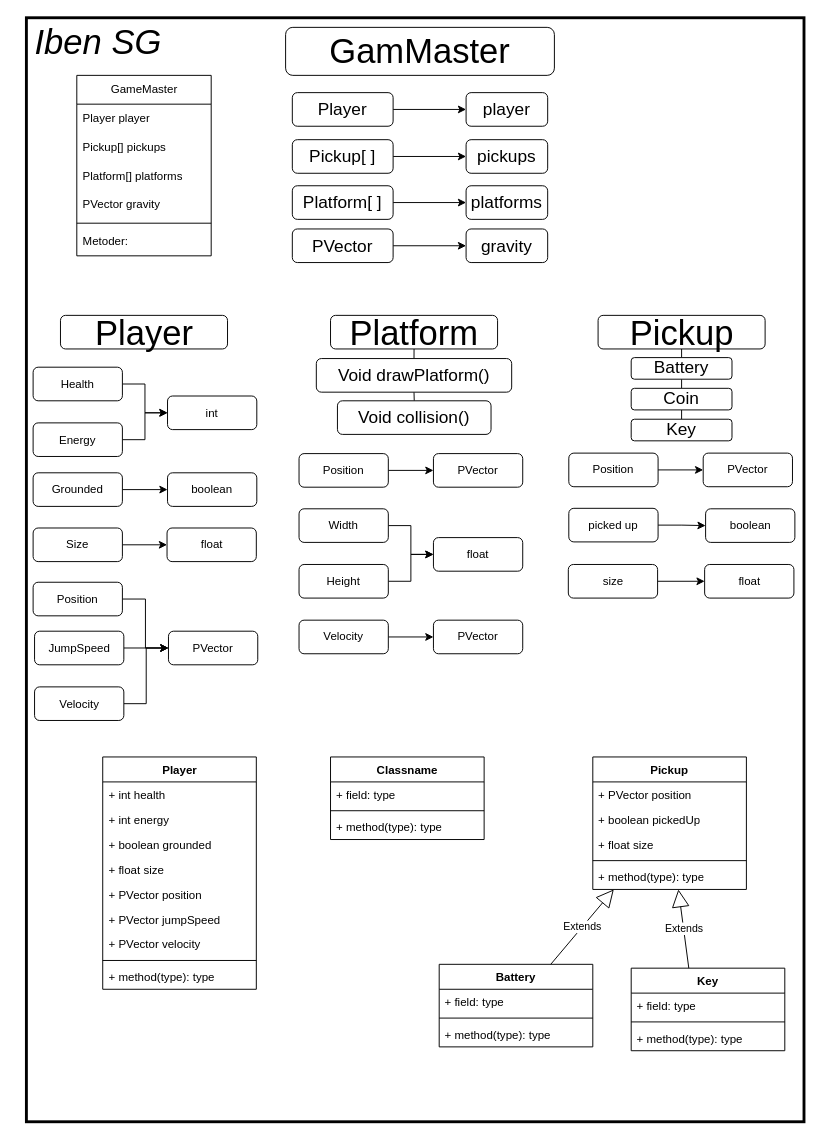
Above: Klasse diagram.drawio in Lasse-HTX/spil (draw.io), before the change. Source tidied: cells renumbered, new cells numbered last; positions are measured from the earlier drawing's top-left corner, leaving out a move shared by most shapes. Both pictures are drawn from the tidied source at 96%, with x=0, y=0 at pixel (16, 17).
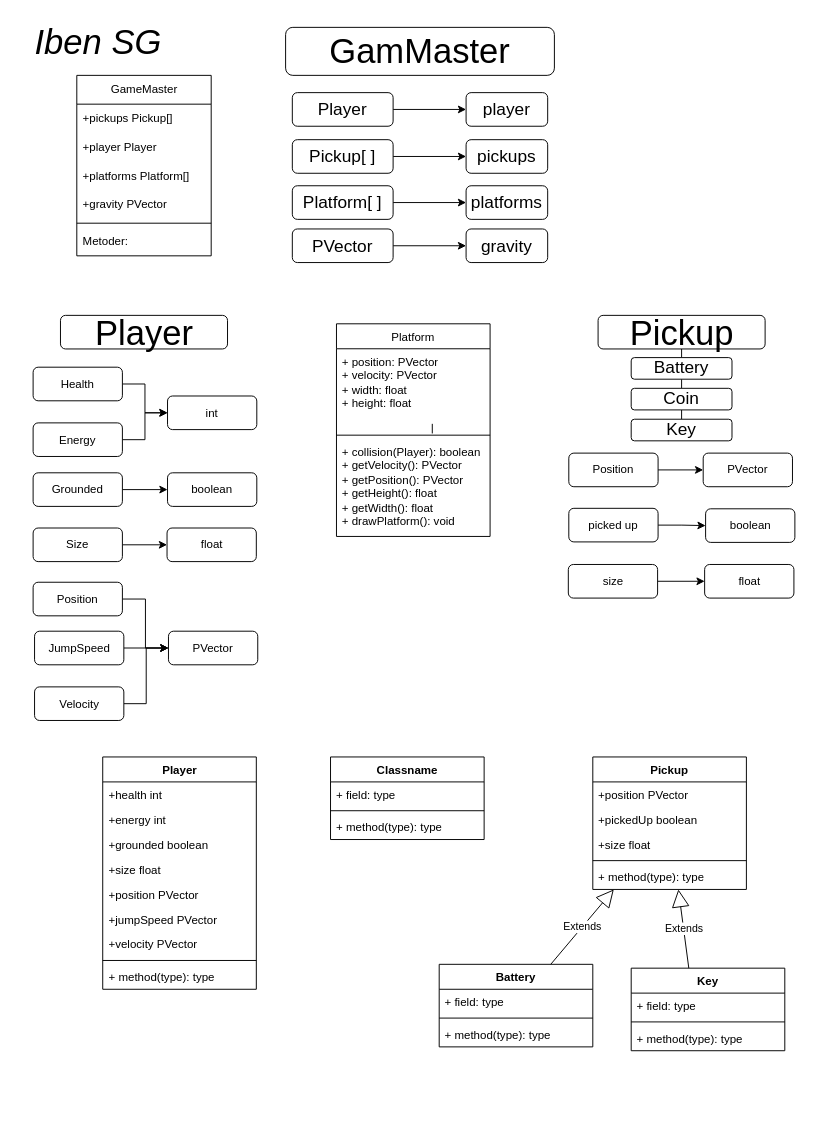
The same diagram, later.

Unchanged cells that the change refers to:
```xml
<mxCell id="69" value="GameMaster" style="swimlane;fontStyle=0;horizontal=1;startSize=30;whiteSpace=wrap;html=1;" parent="1" vertex="1">
  <mxGeometry x="62.5" y="60" width="140" height="188" as="geometry" />
</mxCell>
<mxCell id="76" value="Player" style="swimlane;fontStyle=1;align=center;verticalAlign=top;horizontal=1;startSize=26;whiteSpace=wrap;html=1;" parent="1" vertex="1">
  <mxGeometry x="89.5" y="770" width="160" height="242" as="geometry" />
</mxCell>
<mxCell id="90" value="Pickup" style="swimlane;fontStyle=1;align=center;verticalAlign=top;horizontal=1;startSize=26;whiteSpace=wrap;html=1;" parent="1" vertex="1">
  <mxGeometry x="600" y="770" width="160" height="138" as="geometry" />
</mxCell>
```

The edit, as a diff of the source:
```diff
@@
-    <mxCell id="3" style="edgeStyle=orthogonalEdgeStyle;rounded=0;jettySize=auto;html=1;exitX=0.5;exitY=1;exitDx=0;exitDy=0;entryX=0.5;entryY=0;entryDx=0;entryDy=0;endArrow=none;endFill=0;" parent="1" edge="1" source="4" target="20">
-      <mxGeometry relative="1" as="geometry" />
-    </mxCell>
-    <mxCell id="4" value="&lt;font style=&quot;font-size: 36px;&quot;&gt;Platform&lt;/font&gt;" style="rounded=1;whiteSpace=wrap;html=1;" parent="1" vertex="1">
-      <mxGeometry x="326.8" y="310" width="174" height="35" as="geometry" />
-    </mxCell>
@@
-    <mxCell id="8" style="edgeStyle=orthogonalEdgeStyle;rounded=0;jettySize=auto;html=1;endArrow=classic;endFill=1;" parent="1" edge="1" source="9" target="10">
-      <mxGeometry relative="1" as="geometry" />
-    </mxCell>
-    <mxCell id="9" value="Position" style="whiteSpace=wrap;html=1;rounded=1;" parent="1" vertex="1">
-      <mxGeometry x="294" y="454" width="93" height="35" as="geometry" />
-    </mxCell>
-    <mxCell id="10" value="PVector" style="whiteSpace=wrap;html=1;rounded=1;" parent="1" vertex="1">
-      <mxGeometry x="434" y="454" width="93" height="35" as="geometry" />
-    </mxCell>
-    <mxCell id="11" style="edgeStyle=orthogonalEdgeStyle;rounded=0;jettySize=auto;html=1;" parent="1" edge="1" source="12" target="17">
-      <mxGeometry relative="1" as="geometry" />
-    </mxCell>
-    <mxCell id="12" value="Width" style="whiteSpace=wrap;html=1;rounded=1;" parent="1" vertex="1">
-      <mxGeometry x="294" y="511.5" width="93" height="35" as="geometry" />
-    </mxCell>
-    <mxCell id="13" style="edgeStyle=orthogonalEdgeStyle;rounded=0;jettySize=auto;html=1;exitX=1;exitY=0.5;exitDx=0;exitDy=0;entryX=0;entryY=0.5;entryDx=0;entryDy=0;" parent="1" edge="1" source="14" target="17">
-      <mxGeometry relative="1" as="geometry" />
-    </mxCell>
-    <mxCell id="14" value="Height" style="whiteSpace=wrap;html=1;rounded=1;" parent="1" vertex="1">
-      <mxGeometry x="294" y="569.5" width="93" height="35" as="geometry" />
-    </mxCell>
-    <mxCell id="15" style="edgeStyle=orthogonalEdgeStyle;rounded=0;jettySize=auto;html=1;endArrow=classic;endFill=1;" parent="1" edge="1" source="16" target="18">
-      <mxGeometry relative="1" as="geometry" />
-    </mxCell>
-    <mxCell id="16" value="Velocity" style="whiteSpace=wrap;html=1;rounded=1;" parent="1" vertex="1">
-      <mxGeometry x="294" y="627.5" width="93" height="35" as="geometry" />
-    </mxCell>
-    <mxCell id="17" value="float" style="whiteSpace=wrap;html=1;rounded=1;" parent="1" vertex="1">
-      <mxGeometry x="434" y="541.5" width="93" height="35" as="geometry" />
-    </mxCell>
-    <mxCell id="18" value="PVector" style="whiteSpace=wrap;html=1;rounded=1;" parent="1" vertex="1">
-      <mxGeometry x="434" y="627.5" width="93" height="35" as="geometry" />
-    </mxCell>
-    <mxCell id="19" style="edgeStyle=orthogonalEdgeStyle;rounded=0;jettySize=auto;html=1;exitX=0.5;exitY=1;exitDx=0;exitDy=0;entryX=0.5;entryY=0;entryDx=0;entryDy=0;endArrow=none;endFill=0;" parent="1" edge="1" source="20" target="21">
-      <mxGeometry relative="1" as="geometry" />
-    </mxCell>
-    <mxCell id="20" value="&lt;font style=&quot;font-size: 18px;&quot;&gt;Void drawPlatform()&lt;/font&gt;" style="rounded=1;whiteSpace=wrap;html=1;" parent="1" vertex="1">
-      <mxGeometry x="312" y="355" width="203.5" height="35" as="geometry" />
-    </mxCell>
-    <mxCell id="21" value="&lt;font style=&quot;font-size: 18px;&quot;&gt;Void collision()&lt;/font&gt;" style="rounded=1;whiteSpace=wrap;html=1;" parent="1" vertex="1">
-      <mxGeometry x="334" y="399" width="160" height="35" as="geometry" />
-    </mxCell>
@@
-    <mxCell id="67" style="whiteSpace=wrap;html=1;fillColor=none;strokeWidth=3;perimeterSpacing=18;strokeColor=light-dark(#000000,#A3A3A3);" parent="1" vertex="1">
-      <mxGeometry x="10" width="810" height="1150" as="geometry" />
-    </mxCell>
@@
+    <mxCell id="71" value="+pickups Pickup[]&amp;nbsp;" style="text;strokeColor=none;fillColor=none;align=left;verticalAlign=middle;spacingLeft=4;spacingRight=4;overflow=hidden;whiteSpace=wrap;html=1;" parent="69" vertex="1">
+      <mxGeometry y="30" width="140" height="30" as="geometry" />
+    </mxCell>
-    <mxCell id="70" value="Player player" style="text;strokeColor=none;fillColor=none;align=left;verticalAlign=middle;spacingLeft=4;spacingRight=4;overflow=hidden;whiteSpace=wrap;html=1;" parent="69" vertex="1">
-      <mxGeometry y="30" width="140" height="30" as="geometry" />
+    <mxCell id="70" value="+player Player&amp;nbsp;" style="text;strokeColor=none;fillColor=none;align=left;verticalAlign=middle;spacingLeft=4;spacingRight=4;overflow=hidden;whiteSpace=wrap;html=1;" parent="69" vertex="1">
+      <mxGeometry y="60" width="140" height="30" as="geometry" />
     </mxCell>
-    <mxCell id="71" value="Pickup[] pickups" style="text;strokeColor=none;fillColor=none;align=left;verticalAlign=middle;spacingLeft=4;spacingRight=4;overflow=hidden;whiteSpace=wrap;html=1;" parent="69" vertex="1">
-      <mxGeometry y="60" width="140" height="30" as="geometry" />
-    </mxCell>
-    <mxCell id="72" value="Platform[] platforms" style="text;strokeColor=none;fillColor=none;align=left;verticalAlign=middle;spacingLeft=4;spacingRight=4;overflow=hidden;whiteSpace=wrap;html=1;" parent="69" vertex="1">
+    <mxCell id="72" value="+platforms Platform[]&amp;nbsp;" style="text;strokeColor=none;fillColor=none;align=left;verticalAlign=middle;spacingLeft=4;spacingRight=4;overflow=hidden;whiteSpace=wrap;html=1;" parent="69" vertex="1">
       <mxGeometry y="90" width="140" height="30" as="geometry" />
     </mxCell>
-    <mxCell id="73" value="PVector gravity" style="text;strokeColor=none;fillColor=none;align=left;verticalAlign=middle;spacingLeft=4;spacingRight=4;overflow=hidden;whiteSpace=wrap;html=1;" parent="69" vertex="1">
+    <mxCell id="73" value="+gravity PVector&amp;nbsp;" style="text;strokeColor=none;fillColor=none;align=left;verticalAlign=middle;spacingLeft=4;spacingRight=4;overflow=hidden;whiteSpace=wrap;html=1;" parent="69" vertex="1">
       <mxGeometry y="120" width="140" height="30" as="geometry" />
     </mxCell>
@@
-    <mxCell id="77" value="+ int health" style="text;strokeColor=none;fillColor=none;align=left;verticalAlign=top;spacingLeft=4;spacingRight=4;overflow=hidden;whiteSpace=wrap;html=1;" parent="76" vertex="1">
+    <mxCell id="77" value="+health int&amp;nbsp;" style="text;strokeColor=none;fillColor=none;align=left;verticalAlign=top;spacingLeft=4;spacingRight=4;overflow=hidden;whiteSpace=wrap;html=1;" parent="76" vertex="1">
       <mxGeometry y="26" width="160" height="26" as="geometry" />
     </mxCell>
-    <mxCell id="78" value="+ int energy" style="text;strokeColor=none;fillColor=none;align=left;verticalAlign=top;spacingLeft=4;spacingRight=4;overflow=hidden;whiteSpace=wrap;html=1;" parent="76" vertex="1">
+    <mxCell id="78" value="+energy&amp;nbsp;int&amp;nbsp;" style="text;strokeColor=none;fillColor=none;align=left;verticalAlign=top;spacingLeft=4;spacingRight=4;overflow=hidden;whiteSpace=wrap;html=1;" parent="76" vertex="1">
       <mxGeometry y="52" width="160" height="26" as="geometry" />
     </mxCell>
-    <mxCell id="79" value="+ boolean grounded" style="text;strokeColor=none;fillColor=none;align=left;verticalAlign=top;spacingLeft=4;spacingRight=4;overflow=hidden;whiteSpace=wrap;html=1;" parent="76" vertex="1">
+    <mxCell id="79" value="+grounded&amp;nbsp;boolean&amp;nbsp;" style="text;strokeColor=none;fillColor=none;align=left;verticalAlign=top;spacingLeft=4;spacingRight=4;overflow=hidden;whiteSpace=wrap;html=1;" parent="76" vertex="1">
       <mxGeometry y="78" width="160" height="26" as="geometry" />
     </mxCell>
-    <mxCell id="80" value="+ float size&lt;div&gt;&lt;br/&gt;&lt;/div&gt;" style="text;strokeColor=none;fillColor=none;align=left;verticalAlign=top;spacingLeft=4;spacingRight=4;overflow=hidden;whiteSpace=wrap;html=1;" parent="76" vertex="1">
+    <mxCell id="80" value="+size&amp;nbsp;float&amp;nbsp;" style="text;strokeColor=none;fillColor=none;align=left;verticalAlign=top;spacingLeft=4;spacingRight=4;overflow=hidden;whiteSpace=wrap;html=1;" parent="76" vertex="1">
       <mxGeometry y="104" width="160" height="26" as="geometry" />
     </mxCell>
-    <mxCell id="81" value="+ PVector position&lt;div&gt;&lt;br&gt;&lt;div&gt;&lt;br&gt;&lt;/div&gt;&lt;/div&gt;" style="text;strokeColor=none;fillColor=none;align=left;verticalAlign=top;spacingLeft=4;spacingRight=4;overflow=hidden;whiteSpace=wrap;html=1;" parent="76" vertex="1">
+    <mxCell id="81" value="+position&amp;nbsp;PVector&amp;nbsp;" style="text;strokeColor=none;fillColor=none;align=left;verticalAlign=top;spacingLeft=4;spacingRight=4;overflow=hidden;whiteSpace=wrap;html=1;" parent="76" vertex="1">
       <mxGeometry y="130" width="160" height="26" as="geometry" />
     </mxCell>
-    <mxCell id="82" value="+ PVector jumpSpeed" style="text;strokeColor=none;fillColor=none;align=left;verticalAlign=top;spacingLeft=4;spacingRight=4;overflow=hidden;whiteSpace=wrap;html=1;" parent="76" vertex="1">
+    <mxCell id="82" value="+jumpSpeed&amp;nbsp;PVector&amp;nbsp;" style="text;strokeColor=none;fillColor=none;align=left;verticalAlign=top;spacingLeft=4;spacingRight=4;overflow=hidden;whiteSpace=wrap;html=1;" parent="76" vertex="1">
       <mxGeometry y="156" width="160" height="26" as="geometry" />
     </mxCell>
-    <mxCell id="83" value="+ PVector velocity" style="text;strokeColor=none;fillColor=none;align=left;verticalAlign=top;spacingLeft=4;spacingRight=4;overflow=hidden;whiteSpace=wrap;html=1;" parent="76" vertex="1">
+    <mxCell id="83" value="+velocity&amp;nbsp;PVector&amp;nbsp;" style="text;strokeColor=none;fillColor=none;align=left;verticalAlign=top;spacingLeft=4;spacingRight=4;overflow=hidden;whiteSpace=wrap;html=1;" parent="76" vertex="1">
       <mxGeometry y="182" width="160" height="26" as="geometry" />
     </mxCell>
@@
-    <mxCell id="91" value="+ PVector position" style="text;strokeColor=none;fillColor=none;align=left;verticalAlign=top;spacingLeft=4;spacingRight=4;overflow=hidden;whiteSpace=wrap;html=1;" parent="90" vertex="1">
+    <mxCell id="91" value="+position&amp;nbsp;PVector&amp;nbsp;" style="text;strokeColor=none;fillColor=none;align=left;verticalAlign=top;spacingLeft=4;spacingRight=4;overflow=hidden;whiteSpace=wrap;html=1;" parent="90" vertex="1">
       <mxGeometry y="26" width="160" height="26" as="geometry" />
     </mxCell>
-    <mxCell id="92" value="+ boolean pickedUp" style="text;strokeColor=none;fillColor=none;align=left;verticalAlign=top;spacingLeft=4;spacingRight=4;overflow=hidden;whiteSpace=wrap;html=1;" parent="90" vertex="1">
+    <mxCell id="92" value="+pickedUp&amp;nbsp;boolean&amp;nbsp;" style="text;strokeColor=none;fillColor=none;align=left;verticalAlign=top;spacingLeft=4;spacingRight=4;overflow=hidden;whiteSpace=wrap;html=1;" parent="90" vertex="1">
       <mxGeometry y="52" width="160" height="26" as="geometry" />
     </mxCell>
-    <mxCell id="93" value="+ float size" style="text;strokeColor=none;fillColor=none;align=left;verticalAlign=top;spacingLeft=4;spacingRight=4;overflow=hidden;whiteSpace=wrap;html=1;" parent="90" vertex="1">
+    <mxCell id="93" value="+size&amp;nbsp;float&amp;nbsp;" style="text;strokeColor=none;fillColor=none;align=left;verticalAlign=top;spacingLeft=4;spacingRight=4;overflow=hidden;whiteSpace=wrap;html=1;" parent="90" vertex="1">
       <mxGeometry y="78" width="160" height="26" as="geometry" />
     </mxCell>
@@
+    <mxCell id="106" style="edgeStyle=orthogonalEdgeStyle;rounded=0;orthogonalLoop=1;jettySize=auto;html=1;exitX=0.5;exitY=1;exitDx=0;exitDy=0;entryX=0.5;entryY=0;entryDx=0;entryDy=0;endArrow=none;endFill=0;" parent="1" edge="1">
+      <mxGeometry relative="1" as="geometry">
+        <mxPoint x="432.8" y="423" as="sourcePoint" />
+        <mxPoint x="432.8" y="433" as="targetPoint" />
+      </mxGeometry>
+    </mxCell>
+    <mxCell id="4" value="&lt;font style=&quot;font-weight: normal;&quot;&gt;Platform&lt;/font&gt;" style="swimlane;fontStyle=1;align=center;verticalAlign=top;horizontal=1;startSize=26;whiteSpace=wrap;html=1;" parent="1" vertex="1">
+      <mxGeometry x="333" y="318.8" width="160" height="221.5" as="geometry" />
+    </mxCell>
+    <mxCell id="107" value="+ position: PVector&lt;div&gt;+ velocity: PVector&lt;/div&gt;&lt;div&gt;+ width: float&lt;/div&gt;&lt;div&gt;+ height: float&lt;/div&gt;&lt;div&gt;&lt;br&gt;&lt;/div&gt;" style="text;strokeColor=none;fillColor=none;align=left;verticalAlign=top;spacingLeft=4;spacingRight=4;overflow=hidden;whiteSpace=wrap;html=1;" parent="4" vertex="1">
+      <mxGeometry y="26" width="160" height="86" as="geometry" />
+    </mxCell>
+    <mxCell id="108" style="line;strokeWidth=1;fillColor=none;align=left;verticalAlign=middle;spacingTop=-1;spacingLeft=3;spacingRight=3;labelPosition=right;strokeColor=inherit;" parent="4" vertex="1">
+      <mxGeometry y="112" width="160" height="8" as="geometry" />
+    </mxCell>
+    <mxCell id="109" value="+ collision(Player): boolean&lt;div&gt;+ getVelocity(): PVector&lt;/div&gt;&lt;div&gt;+ getPosition(): PVector&lt;/div&gt;&lt;div&gt;+ getHeight(): float&lt;/div&gt;&lt;div&gt;+ getWidth(): float&lt;/div&gt;&lt;div&gt;&lt;div&gt;+ drawPlatform(): void&lt;/div&gt;&lt;/div&gt;" style="text;strokeColor=none;fillColor=none;align=left;verticalAlign=top;spacingLeft=4;spacingRight=4;overflow=hidden;whiteSpace=wrap;html=1;" parent="4" vertex="1">
+      <mxGeometry y="120" width="160" height="101.5" as="geometry" />
+    </mxCell>
```
